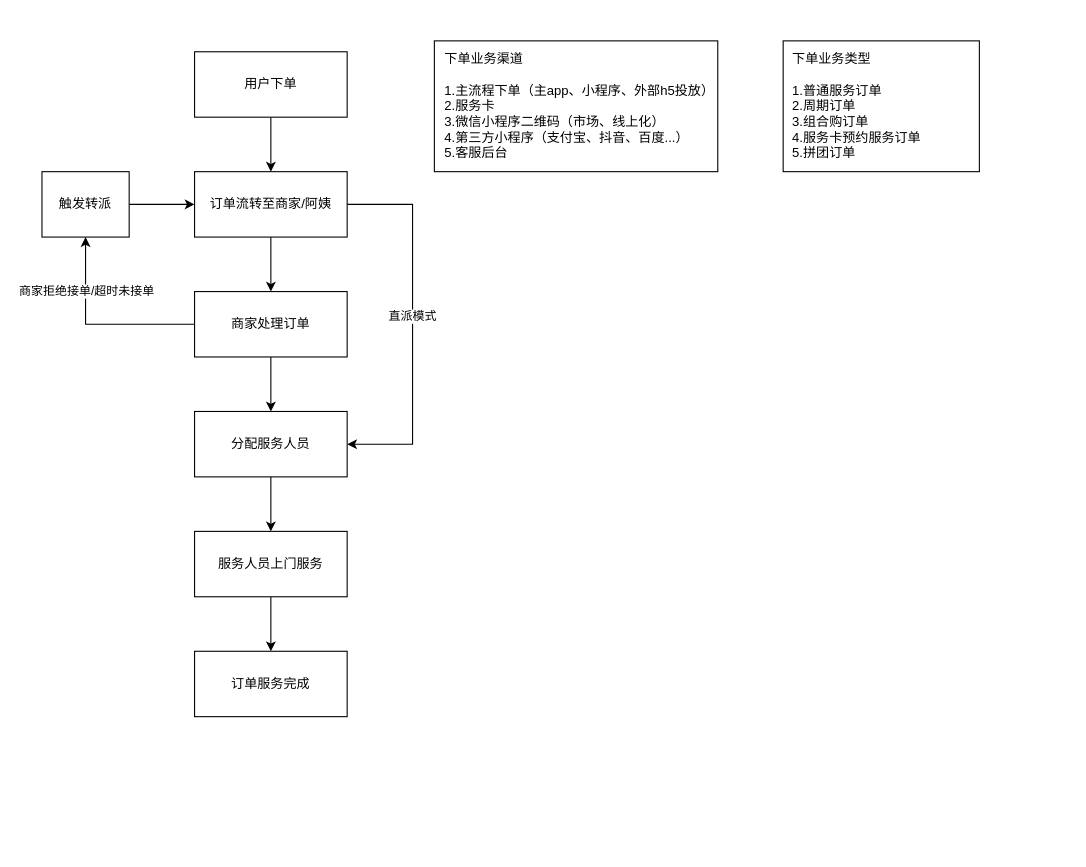
chihiro-qx/hello-world keeps this draw.io diagram as page "订单业务流程" (6 of 6) of 到家精选订单.drawio. Above is the earlier version. Source tidied: cells renumbered, new cells numbered last; positions are measured from the earlier drawing's top-left corner, leaving out a move shared by most shapes. Both pictures are drawn from the tidied source at 109%, with x=0, y=0 at pixel (41, 40).
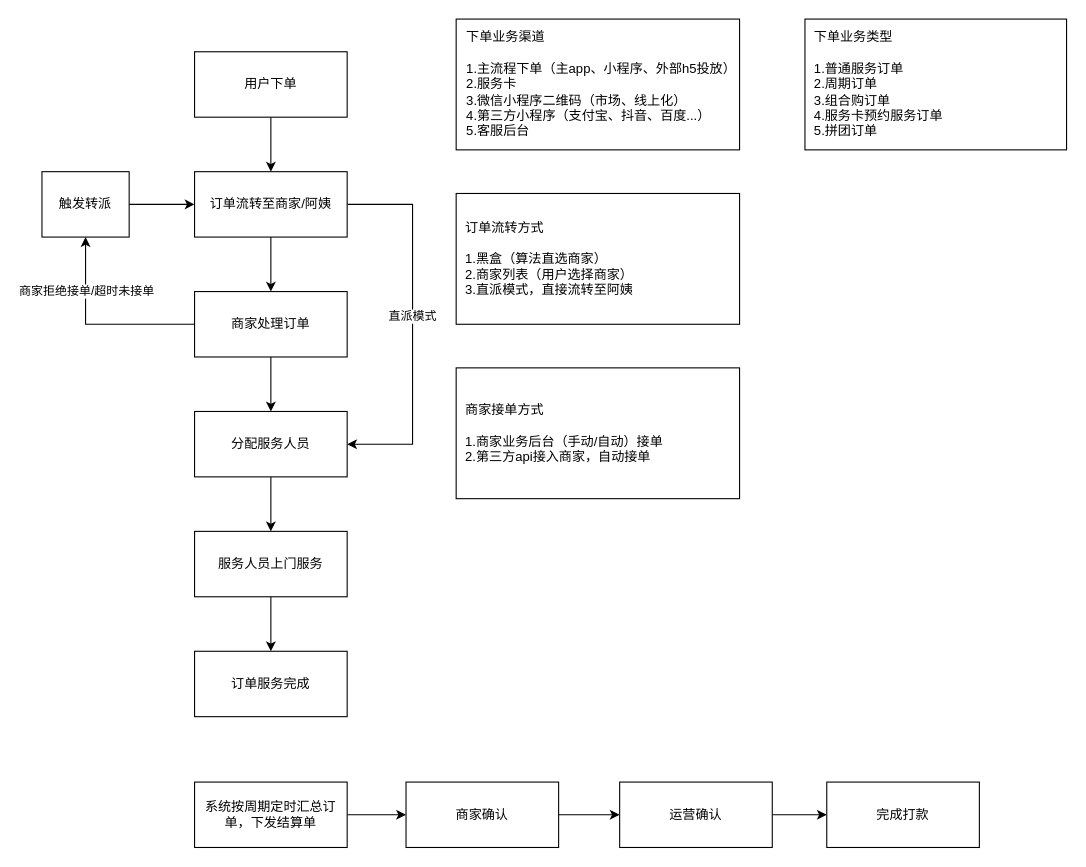
After the change.

Commit message:
Update 到家精选订单.drawio

Change to the diagram source:
```diff
@@
     <mxCell id="19" value="&lt;div style=&quot;text-align: left&quot;&gt;&lt;span&gt;&amp;nbsp; 下单业务渠道&lt;/span&gt;&lt;/div&gt;&lt;div style=&quot;text-align: left&quot;&gt;&lt;span&gt;&lt;br&gt;&lt;/span&gt;&lt;/div&gt;&lt;div style=&quot;text-align: left&quot;&gt;&lt;span&gt;&amp;nbsp; 1.主流程下单（主app、小程序、外部h5投放）&lt;/span&gt;&lt;/div&gt;&lt;div style=&quot;text-align: left&quot;&gt;&lt;span&gt;&amp;nbsp; 2.服务卡&lt;/span&gt;&lt;/div&gt;&lt;div style=&quot;text-align: left&quot;&gt;&lt;span&gt;&amp;nbsp; 3.微信小程序二维码（市场、线上化）&lt;/span&gt;&lt;/div&gt;&lt;div style=&quot;text-align: left&quot;&gt;&lt;span&gt;&amp;nbsp; 4.第三方小程序（支付宝、抖音、百度...）&lt;/span&gt;&lt;/div&gt;&lt;div style=&quot;text-align: left&quot;&gt;&lt;span&gt;&amp;nbsp; 5.客服后台&lt;/span&gt;&lt;/div&gt;" style="rounded=0;whiteSpace=wrap;html=1;" parent="1" vertex="1">
-      <mxGeometry x="360" width="260" height="120" as="geometry" />
+      <mxGeometry x="380" y="-20" width="260" height="120" as="geometry" />
     </mxCell>
     <mxCell id="20" value="&lt;div&gt;&lt;span&gt;&amp;nbsp; 下单业务类型&lt;/span&gt;&lt;/div&gt;&lt;div&gt;&lt;span&gt;&amp;nbsp;&amp;nbsp;&lt;/span&gt;&lt;/div&gt;&lt;div&gt;&lt;span&gt;&amp;nbsp; 1.普通服务订单&lt;/span&gt;&lt;/div&gt;&lt;div&gt;&lt;span&gt;&amp;nbsp; 2.周期订单&lt;/span&gt;&lt;/div&gt;&lt;div&gt;&lt;span&gt;&amp;nbsp; 3.组合购订单&lt;/span&gt;&lt;/div&gt;&lt;div&gt;&lt;span&gt;&amp;nbsp; 4.服务卡预约服务订单&lt;/span&gt;&lt;/div&gt;&lt;div&gt;&lt;span&gt;&amp;nbsp; 5.拼团订单&lt;/span&gt;&lt;/div&gt;" style="rounded=0;whiteSpace=wrap;html=1;align=left;" parent="1" vertex="1">
-      <mxGeometry x="680" width="180" height="120" as="geometry" />
+      <mxGeometry x="700" y="-20" width="240" height="120" as="geometry" />
     </mxCell>
+    <mxCell id="21" value="&lt;div&gt;&lt;span&gt;&amp;nbsp; 订单流转方式&lt;/span&gt;&lt;/div&gt;&lt;div&gt;&lt;span&gt;&lt;br&gt;&lt;/span&gt;&lt;/div&gt;&lt;div&gt;&lt;span&gt;&amp;nbsp; 1.黑盒（算法直选商家）&lt;/span&gt;&lt;/div&gt;&lt;div&gt;&lt;span&gt;&amp;nbsp; 2.商家列表（用户选择商家）&lt;/span&gt;&lt;/div&gt;&lt;div&gt;&lt;span&gt;&amp;nbsp; 3.直派模式，直接流转至阿姨&lt;/span&gt;&lt;/div&gt;" style="rounded=0;whiteSpace=wrap;html=1;align=left;" parent="1" vertex="1">
+      <mxGeometry x="380" y="140" width="260" height="120" as="geometry" />
+    </mxCell>
+    <mxCell id="22" value="&lt;div&gt;&lt;span&gt;&amp;nbsp; 商家接单方式&lt;/span&gt;&lt;/div&gt;&lt;div&gt;&lt;span&gt;&lt;br&gt;&lt;/span&gt;&lt;/div&gt;&lt;div&gt;&lt;span&gt;&amp;nbsp; 1.商家业务后台（手动/自动）接单&lt;br&gt;&lt;/span&gt;&lt;/div&gt;&lt;div&gt;&lt;span&gt;&amp;nbsp; 2.第三方api接入商家，自动接单&lt;/span&gt;&lt;/div&gt;" style="rounded=0;whiteSpace=wrap;html=1;align=left;" parent="1" vertex="1">
+      <mxGeometry x="380" y="300" width="260" height="120" as="geometry" />
+    </mxCell>
+    <mxCell id="23" style="edgeStyle=orthogonalEdgeStyle;rounded=0;jettySize=auto;html=1;exitX=1;exitY=0.5;exitDx=0;exitDy=0;" parent="1" edge="1" source="24" target="26">
+      <mxGeometry relative="1" as="geometry" />
+    </mxCell>
+    <mxCell id="24" value="系统按周期定时汇总订单，下发结算单" style="rounded=0;whiteSpace=wrap;html=1;" parent="1" vertex="1">
+      <mxGeometry x="140" y="680" width="140" height="60" as="geometry" />
+    </mxCell>
+    <mxCell id="25" style="edgeStyle=orthogonalEdgeStyle;rounded=0;jettySize=auto;html=1;exitX=1;exitY=0.5;exitDx=0;exitDy=0;entryX=0;entryY=0.5;entryDx=0;entryDy=0;" parent="1" edge="1" source="26" target="28">
+      <mxGeometry relative="1" as="geometry" />
+    </mxCell>
+    <mxCell id="26" value="商家确认" style="rounded=0;whiteSpace=wrap;html=1;" parent="1" vertex="1">
+      <mxGeometry x="334" y="680" width="140" height="60" as="geometry" />
+    </mxCell>
+    <mxCell id="27" style="edgeStyle=orthogonalEdgeStyle;rounded=0;jettySize=auto;html=1;exitX=1;exitY=0.5;exitDx=0;exitDy=0;" parent="1" edge="1" source="28" target="29">
+      <mxGeometry relative="1" as="geometry" />
+    </mxCell>
+    <mxCell id="28" value="运营确认" style="rounded=0;whiteSpace=wrap;html=1;" parent="1" vertex="1">
+      <mxGeometry x="530" y="680" width="140" height="60" as="geometry" />
+    </mxCell>
+    <mxCell id="29" value="完成打款" style="rounded=0;whiteSpace=wrap;html=1;" parent="1" vertex="1">
+      <mxGeometry x="720" y="680" width="140" height="60" as="geometry" />
+    </mxCell>
```
